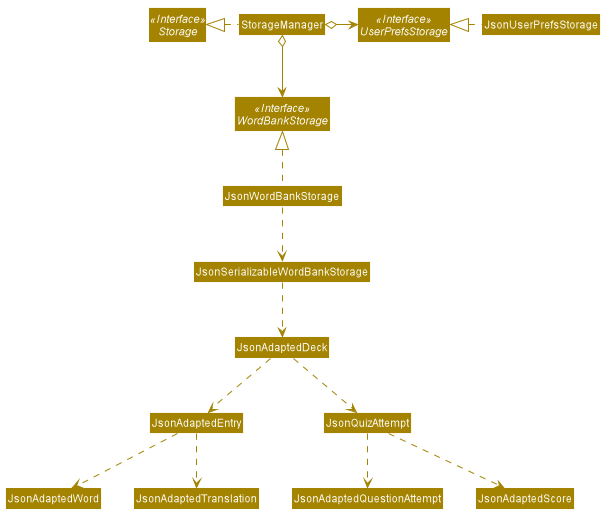
vigneshbhuvan-nus/tp keeps this PlantUML diagram as docs/images/StorageClassDiagram.png. Above is the earlier version.
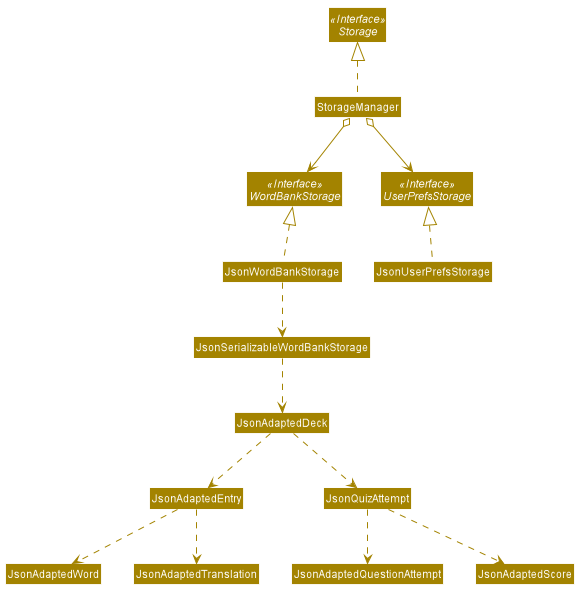
The same file after the commit.

Commit message:
Update StorageMoreOOP diagram and StorageClass diagram

Diff of the diagram source:
```diff
@@ -59,11 +59,11 @@
 Class JsonUserPrefsStorage
 Class JsonWordBankStorage
 
-StorageManager .left.|> Storage
-StorageManager o-right-> UserPrefsStorage
+StorageManager .up.|> Storage
 StorageManager o--> WordBankStorage
+StorageManager o--> UserPrefsStorage
 
-JsonUserPrefsStorage .left.|> UserPrefsStorage
+JsonUserPrefsStorage .up.|> UserPrefsStorage
 JsonWordBankStorage .up.|> WordBankStorage
 JsonWordBankStorage .down.> JsonSerializableWordBankStorage
 
```
